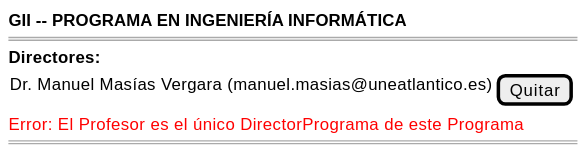
Above: images/RUP/01-requisitos/03-detalle-casos-uso/quitarDirectorPrograma/wireframe-desdePrograma.svg in mmasias/pyCeldaPublico (PlantUML), before the change.
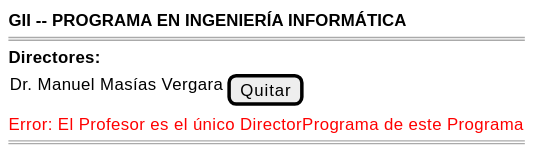
Later version of the same file.

What changed in the source:
```diff
@@ -4,7 +4,7 @@
     ====
     <b>Directores:</b>
     {
-        Dr. Manuel Masías Vergara (manuel.masias@uneatlantico.es) | [Quitar]
+        Dr. Manuel Masías Vergara | [Quitar]
     }
     <color:red>Error: El Profesor es el único DirectorPrograma de este Programa</color>
     ====
```
